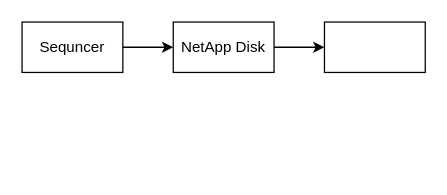
Above: Tenx_Data_Pipeline.drawio in NagarajBM/Regeneron (draw.io), before the change. Source tidied: cells renumbered, new cells numbered last; positions are measured from the earlier drawing's top-left corner, leaving out a move shared by most shapes. Both pictures are drawn from the tidied source at 126%, with x=0, y=0 at pixel (21, 21).
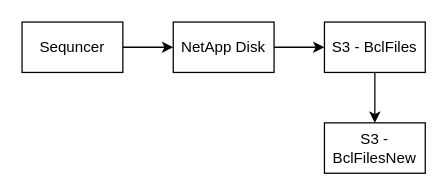
Above is the later version.

Change to the diagram source:
```diff
@@
 <mxGraphModel>
   <root>
     <mxCell id="0" />
     <mxCell id="1" parent="0" />
     <mxCell id="2" style="edgeStyle=orthogonalEdgeStyle;rounded=0;jettySize=auto;html=1;" parent="1" edge="1" source="3" target="5">
       <mxGeometry relative="1" as="geometry" />
     </mxCell>
     <mxCell id="3" value="Sequncer" style="rounded=0;whiteSpace=wrap;html=1;fillColor=none;" parent="1" vertex="1">
       <mxGeometry width="80" height="40" as="geometry" />
     </mxCell>
     <mxCell id="4" style="edgeStyle=orthogonalEdgeStyle;rounded=0;jettySize=auto;html=1;" parent="1" edge="1" source="5" target="6">
       <mxGeometry relative="1" as="geometry" />
     </mxCell>
     <mxCell id="5" value="NetApp Disk" style="rounded=0;whiteSpace=wrap;html=1;fillColor=none;" parent="1" vertex="1">
       <mxGeometry x="120" width="80" height="40" as="geometry" />
     </mxCell>
+    <mxCell id="7" style="edgeStyle=orthogonalEdgeStyle;rounded=0;jettySize=auto;html=1;" parent="1" edge="1" source="6" target="8">
+      <mxGeometry relative="1" as="geometry" />
+    </mxCell>
-    <mxCell id="6" style="rounded=0;whiteSpace=wrap;html=1;fillColor=none;" parent="1" vertex="1">
+    <mxCell id="6" value="S3 - BclFiles" style="rounded=0;whiteSpace=wrap;html=1;fillColor=none;" parent="1" vertex="1">
       <mxGeometry x="240" width="80" height="40" as="geometry" />
     </mxCell>
+    <mxCell id="8" value="S3 - BclFilesNew" style="rounded=0;whiteSpace=wrap;html=1;fillColor=none;" parent="1" vertex="1">
+      <mxGeometry x="240" y="80" width="80" height="40" as="geometry" />
+    </mxCell>
   </root>
 </mxGraphModel>
```
